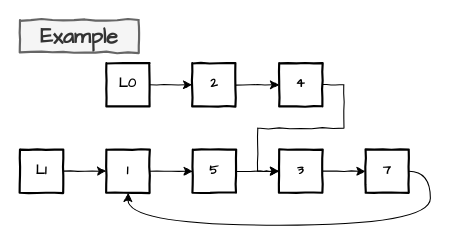
Above: python_explanations/drawio_diagrams/do_lists_overlap.drawio in jwl-7/c0de_gr1nd (draw.io), before the change. Source tidied: cells renumbered, new cells numbered last; positions are measured from the earlier drawing's top-left corner, leaving out a move shared by most shapes. Both pictures are drawn from the tidied source at 108%, with x=0, y=0 at pixel (19, 19).
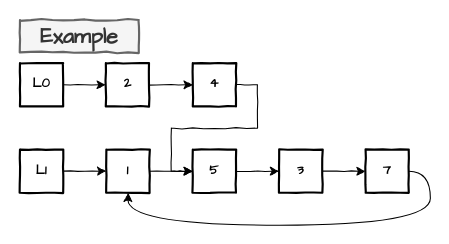
The same page after the edit.

Unchanged cells that the change refers to:
```xml
<mxCell id="10" value="5" style="html=1;whiteSpace=wrap;comic=1;strokeWidth=2;fontFamily=Comic Sans MS;fontStyle=1;" parent="1" vertex="1">
  <mxGeometry x="160" y="120" width="40" height="40" as="geometry" />
</mxCell>
<mxCell id="12" value="3" style="html=1;whiteSpace=wrap;comic=1;strokeWidth=2;fontFamily=Comic Sans MS;fontStyle=1;" parent="1" vertex="1">
  <mxGeometry x="240" y="120" width="40" height="40" as="geometry" />
</mxCell>
```

Diff of the diagram source:
```diff
@@
     <mxCell id="3" value="2" style="html=1;whiteSpace=wrap;comic=1;strokeWidth=2;fontFamily=Comic Sans MS;fontStyle=1;" parent="1" vertex="1">
-      <mxGeometry x="159.5" y="40" width="40" height="40" as="geometry" />
+      <mxGeometry x="79.5" y="40" width="40" height="40" as="geometry" />
     </mxCell>
-    <mxCell id="4" style="edgeStyle=orthogonalEdgeStyle;rounded=0;jettySize=auto;html=1;exitX=1;exitY=0.5;exitDx=0;exitDy=0;entryX=0;entryY=0.5;entryDx=0;entryDy=0;comic=1;" parent="1" edge="1" source="5" target="12">
-      <mxGeometry relative="1" as="geometry" />
-    </mxCell>
+    <mxCell id="19" style="edgeStyle=orthogonalEdgeStyle;comic=1;jettySize=auto;html=1;exitX=1;exitY=0.5;exitDx=0;exitDy=0;entryX=0;entryY=0.5;entryDx=0;entryDy=0;rounded=0;" parent="1" edge="1" source="5" target="10">
+      <mxGeometry relative="1" as="geometry" />
+    </mxCell>
     <mxCell id="5" value="4" style="html=1;whiteSpace=wrap;comic=1;strokeWidth=2;fontFamily=Comic Sans MS;fontStyle=1;" parent="1" vertex="1">
-      <mxGeometry x="240" y="40" width="40" height="40" as="geometry" />
+      <mxGeometry x="160" y="40" width="40" height="40" as="geometry" />
     </mxCell>
@@
     <mxCell id="14" value="L0" style="html=1;whiteSpace=wrap;comic=1;strokeWidth=2;fontFamily=Comic Sans MS;fontStyle=1;" parent="1" vertex="1">
-      <mxGeometry x="80" y="40" width="40" height="40" as="geometry" />
+      <mxGeometry y="40" width="40" height="40" as="geometry" />
     </mxCell>
```
